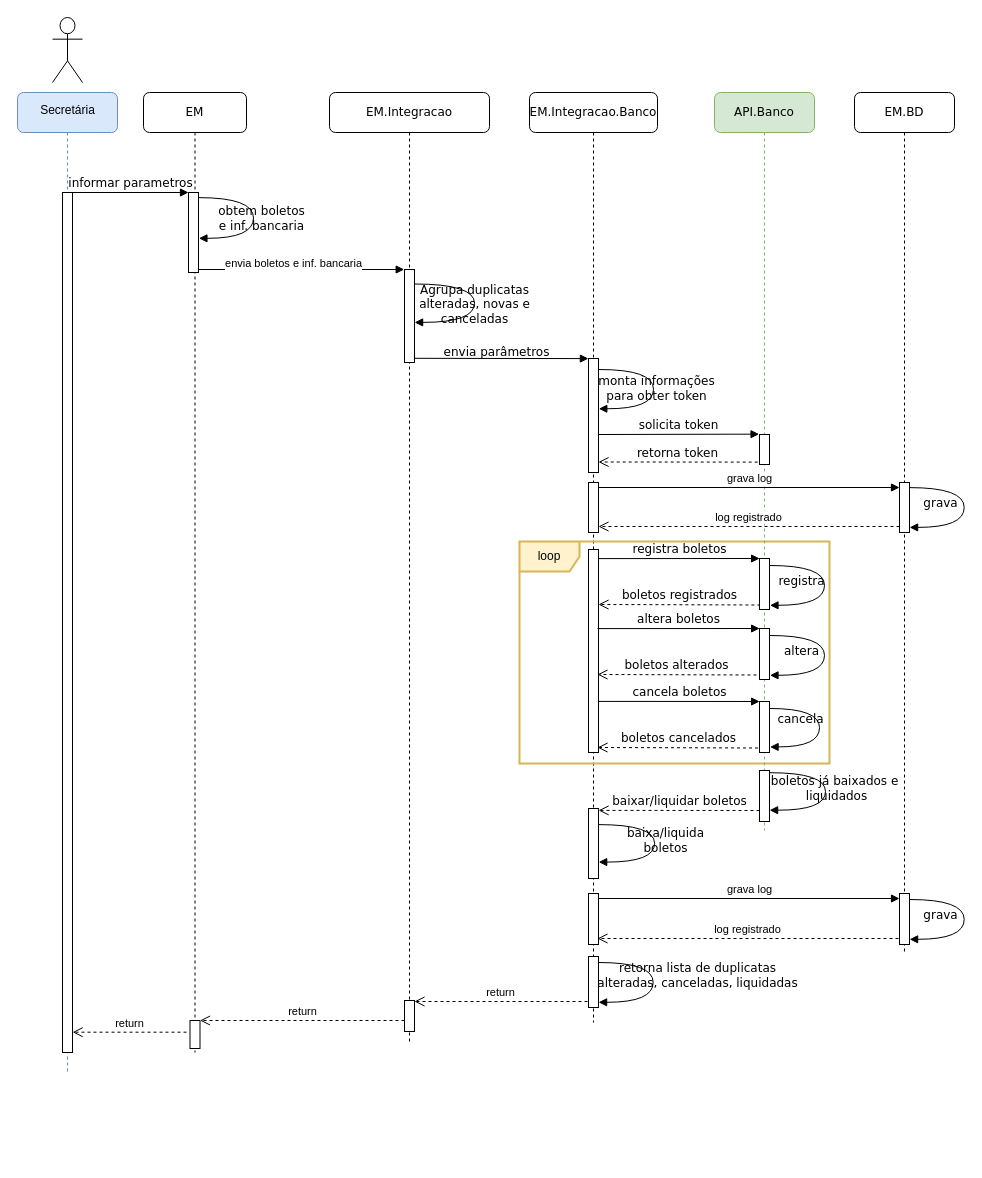
Before: RegistoBoleto.drawio in Joao-Daniel-EM/Joao-Daniel-EM, a draw.io diagram. Source tidied: cells renumbered, new cells numbered last; positions are measured from the earlier drawing's top-left corner, leaving out a move shared by most shapes. Both pictures are drawn from the tidied source at 100%, with x=0, y=0 at pixel (17, 17).
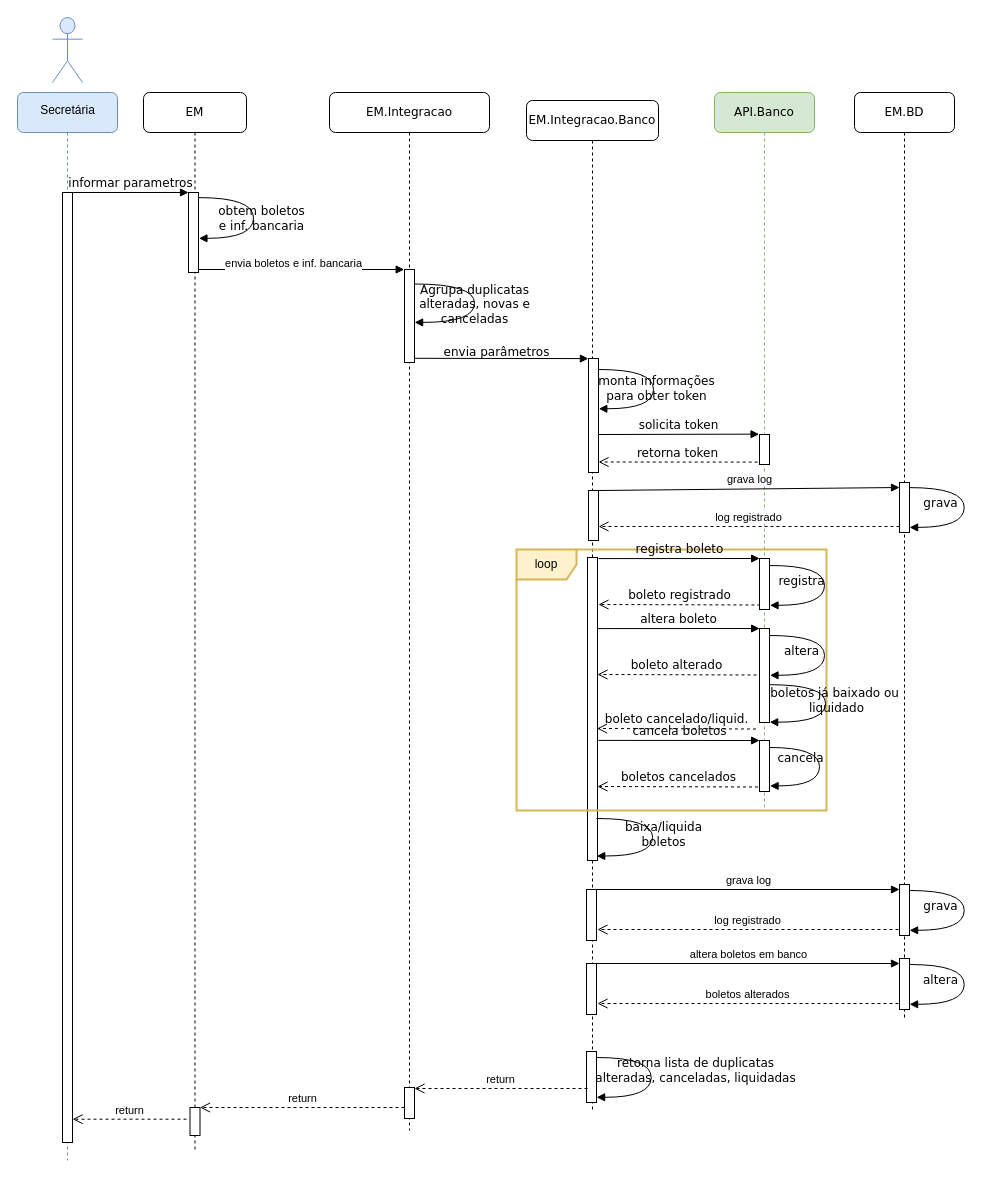
The same page after the edit.

Unchanged cells that the change refers to:
```xml
<mxCell id="16" style="html=1;points=[];perimeter=orthogonalPerimeter;rounded=0;shadow=0;comic=0;labelBackgroundColor=none;strokeWidth=1;fontFamily=Verdana;fontSize=12;align=center;" parent="11" vertex="1">
  <mxGeometry x="45" y="466" width="10" height="51" as="geometry" />
</mxCell>
```

Change to the diagram source:
```diff
@@
     <mxCell id="2" value="EM.Integracao.Banco" style="shape=umlLifeline;perimeter=lifelinePerimeter;whiteSpace=wrap;html=1;rounded=1;shadow=0;comic=0;labelBackgroundColor=none;strokeWidth=1;fontFamily=Verdana;fontSize=12;align=center;" parent="1" vertex="1">
-      <mxGeometry x="512" y="75" width="128" height="930" as="geometry" />
+      <mxGeometry x="509" y="83" width="132" height="1010" as="geometry" />
     </mxCell>
     <mxCell id="3" style="html=1;perimeter=orthogonalPerimeter;rounded=0;shadow=0;comic=0;labelBackgroundColor=none;strokeColor=#000000;strokeWidth=1;fillColor=#FFFFFF;fontFamily=Verdana;fontSize=12;fontColor=#000000;align=center;" parent="2" vertex="1">
-      <mxGeometry x="59" y="457" width="10" height="203" as="geometry" />
+      <mxGeometry x="61" y="457" width="10" height="303" as="geometry" />
     </mxCell>
-    <mxCell id="4" style="html=1;points=[];perimeter=orthogonalPerimeter;rounded=0;shadow=0;comic=0;labelBackgroundColor=none;strokeColor=#000000;strokeWidth=1;fillColor=#FFFFFF;fontFamily=Verdana;fontSize=12;fontColor=#000000;align=center;" parent="2" vertex="1">
-      <mxGeometry x="59" y="716" width="10" height="70" as="geometry" />
-    </mxCell>
     <mxCell id="5" value="loop" style="shape=umlFrame;whiteSpace=wrap;html=1;fillColor=#fff2cc;strokeColor=#d6b656;gradientColor=none;strokeWidth=2;" parent="2" vertex="1">
-      <mxGeometry x="-10" y="449" width="310" height="222" as="geometry" />
+      <mxGeometry x="-10" y="449" width="310" height="261" as="geometry" />
     </mxCell>
-    <mxCell id="6" value="baixa/liquida&lt;br&gt;boletos" style="html=1;verticalAlign=bottom;endArrow=block;labelBackgroundColor=none;fontFamily=Verdana;fontSize=12;elbow=vertical;edgeStyle=orthogonalEdgeStyle;curved=1;exitX=0.993;exitY=0.772;exitPerimeter=0;exitDx=0;exitDy=0;entryX=1.011;entryY=0.906;entryDx=0;entryDy=0;entryPerimeter=0;" parent="2" edge="1">
-      <mxGeometry x="0.19" y="11" relative="1" as="geometry">
-        <mxPoint x="69" y="732.1" as="sourcePoint" />
-        <mxPoint x="69.2" y="769.6" as="targetPoint" />
-        <Array as="points">
-          <mxPoint x="125.1" y="731.9" />
-          <mxPoint x="125.1" y="769.9" />
-          <mxPoint x="69.1" y="769.9" />
-        </Array>
-      </mxGeometry>
-    </mxCell>
     <mxCell id="7" style="html=1;points=[[0,0,0,0,5],[0,1,0,0,-5],[1,0,0,0,5],[1,1,0,0,-5]];perimeter=orthogonalPerimeter;outlineConnect=0;targetShapes=umlLifeline;portConstraint=eastwest;newEdgeStyle={&quot;curved&quot;:0,&quot;rounded&quot;:0};" parent="2" vertex="1">
-      <mxGeometry x="59" y="801" width="10" height="51" as="geometry" />
+      <mxGeometry x="60" y="789" width="10" height="51" as="geometry" />
     </mxCell>
     <mxCell id="8" style="html=1;points=[[0,0,0,0,5],[0,1,0,0,-5],[1,0,0,0,5],[1,1,0,0,-5]];perimeter=orthogonalPerimeter;outlineConnect=0;targetShapes=umlLifeline;portConstraint=eastwest;newEdgeStyle={&quot;curved&quot;:0,&quot;rounded&quot;:0};" parent="2" vertex="1">
-      <mxGeometry x="59" y="390" width="10" height="50" as="geometry" />
+      <mxGeometry x="62" y="390" width="10" height="50" as="geometry" />
     </mxCell>
     <mxCell id="9" style="html=1;perimeter=orthogonalPerimeter;targetShapes=umlLifeline;newEdgeStyle={&quot;curved&quot;:0,&quot;rounded&quot;:0};" parent="2" vertex="1">
-      <mxGeometry x="59" y="864" width="10" height="51" as="geometry" />
+      <mxGeometry x="60" y="951" width="10" height="51" as="geometry" />
     </mxCell>
     <mxCell id="10" value="retorna lista de duplicatas&lt;br&gt;alteradas, canceladas, liquidadas" style="html=1;verticalAlign=bottom;endArrow=block;labelBackgroundColor=none;fontFamily=Verdana;fontSize=12;elbow=vertical;edgeStyle=orthogonalEdgeStyle;curved=1;entryX=0.948;entryY=0.918;entryPerimeter=0;exitX=1.038;exitY=0.345;exitPerimeter=0;entryDx=0;entryDy=0;" parent="2" edge="1">
       <mxGeometry x="0.14" y="44" relative="1" as="geometry">
-        <mxPoint x="69" y="870" as="sourcePoint" />
-        <mxPoint x="69.1" y="909.8" as="targetPoint" />
+        <mxPoint x="70" y="957" as="sourcePoint" />
+        <mxPoint x="70.1" y="996.8" as="targetPoint" />
         <Array as="points">
-          <mxPoint x="123.7" y="870" />
-          <mxPoint x="123.7" y="909" />
-          <mxPoint x="68.7" y="909" />
+          <mxPoint x="124.7" y="957" />
+          <mxPoint x="124.7" y="996" />
+          <mxPoint x="69.7" y="996" />
         </Array>
       </mxGeometry>
     </mxCell>
+    <mxCell id="58" value="boleto cancelado/liquid." style="html=1;verticalAlign=bottom;endArrow=open;dashed=1;endSize=8;exitX=-0.18;exitY=0.92;labelBackgroundColor=none;fontFamily=Verdana;fontSize=12;exitDx=0;exitDy=0;exitPerimeter=0;" parent="2" edge="1">
+      <mxGeometry relative="1" as="geometry">
+        <mxPoint x="229.5" y="628.5" as="sourcePoint" />
+        <mxPoint x="70.5" y="628" as="targetPoint" />
+      </mxGeometry>
+    </mxCell>
+    <mxCell id="6" value="baixa/liquida&lt;br&gt;boletos" style="html=1;verticalAlign=bottom;endArrow=block;labelBackgroundColor=none;fontFamily=Verdana;fontSize=12;elbow=vertical;edgeStyle=orthogonalEdgeStyle;curved=1;exitX=0.993;exitY=0.772;exitPerimeter=0;exitDx=0;exitDy=0;entryX=1.011;entryY=0.906;entryDx=0;entryDy=0;entryPerimeter=0;" parent="2" edge="1">
+      <mxGeometry x="0.19" y="11" relative="1" as="geometry">
+        <mxPoint x="70" y="718" as="sourcePoint" />
+        <mxPoint x="70.2" y="755.5" as="targetPoint" />
+        <Array as="points">
+          <mxPoint x="126.1" y="717.8" />
+          <mxPoint x="126.1" y="755.8" />
+          <mxPoint x="70.1" y="755.8" />
+        </Array>
+      </mxGeometry>
+    </mxCell>
     <mxCell id="11" value="API.Banco" style="shape=umlLifeline;perimeter=lifelinePerimeter;whiteSpace=wrap;html=1;rounded=1;shadow=0;comic=0;labelBackgroundColor=none;strokeWidth=1;fontFamily=Verdana;fontSize=12;align=center;fillColor=#d5e8d4;strokeColor=#82b366;" parent="1" vertex="1">
-      <mxGeometry x="697" y="75" width="100" height="738" as="geometry" />
+      <mxGeometry x="697" y="75" width="100" height="718" as="geometry" />
     </mxCell>
-    <mxCell id="12" value="boletos registrados" style="html=1;verticalAlign=bottom;endArrow=open;dashed=1;endSize=8;exitX=-0.014;exitY=0.912;labelBackgroundColor=none;fontFamily=Verdana;fontSize=12;exitDx=0;exitDy=0;exitPerimeter=0;" parent="11" edge="1">
+    <mxCell id="12" value="boleto registrado" style="html=1;verticalAlign=bottom;endArrow=open;dashed=1;endSize=8;exitX=-0.014;exitY=0.912;labelBackgroundColor=none;fontFamily=Verdana;fontSize=12;exitDx=0;exitDy=0;exitPerimeter=0;" parent="11" edge="1">
       <mxGeometry relative="1" as="geometry">
         <mxPoint x="45.9" y="512.5" as="sourcePoint" />
         <mxPoint x="-116" y="512" as="targetPoint" />
       </mxGeometry>
     </mxCell>
-    <mxCell id="13" value="boletos alterados" style="html=1;verticalAlign=bottom;endArrow=open;dashed=1;endSize=8;exitX=-0.18;exitY=0.92;labelBackgroundColor=none;fontFamily=Verdana;fontSize=12;exitDx=0;exitDy=0;exitPerimeter=0;" parent="11" edge="1">
+    <mxCell id="13" value="boleto alterado" style="html=1;verticalAlign=bottom;endArrow=open;dashed=1;endSize=8;exitX=-0.18;exitY=0.92;labelBackgroundColor=none;fontFamily=Verdana;fontSize=12;exitDx=0;exitDy=0;exitPerimeter=0;" parent="11" edge="1">
       <mxGeometry relative="1" as="geometry">
         <mxPoint x="42" y="582.5" as="sourcePoint" />
         <mxPoint x="-117" y="582" as="targetPoint" />
       </mxGeometry>
     </mxCell>
-    <mxCell id="14" value="altera boletos" style="html=1;verticalAlign=bottom;endArrow=block;entryX=0.012;entryY=-0.001;labelBackgroundColor=none;fontFamily=Verdana;fontSize=12;edgeStyle=elbowEdgeStyle;elbow=vertical;entryDx=0;entryDy=0;entryPerimeter=0;" parent="11" edge="1" target="17">
+    <mxCell id="14" value="altera boleto" style="html=1;verticalAlign=bottom;endArrow=block;entryX=0.012;entryY=-0.001;labelBackgroundColor=none;fontFamily=Verdana;fontSize=12;edgeStyle=elbowEdgeStyle;elbow=vertical;entryDx=0;entryDy=0;entryPerimeter=0;" parent="11" edge="1" target="17">
       <mxGeometry relative="1" as="geometry">
         <mxPoint x="-117" y="536.1" as="sourcePoint" />
       </mxGeometry>
     </mxCell>
-    <mxCell id="15" value="boletos já baixados e&amp;nbsp;&lt;br&gt;liquidados" style="html=1;verticalAlign=bottom;endArrow=block;labelBackgroundColor=none;fontFamily=Verdana;fontSize=12;elbow=vertical;edgeStyle=orthogonalEdgeStyle;curved=1;exitX=0.993;exitY=0.772;exitPerimeter=0;exitDx=0;exitDy=0;entryX=1.011;entryY=0.906;entryDx=0;entryDy=0;entryPerimeter=0;" parent="11" edge="1">
+    <mxCell id="15" value="boletos já baixado ou&amp;nbsp;&lt;br&gt;liquidado" style="html=1;verticalAlign=bottom;endArrow=block;labelBackgroundColor=none;fontFamily=Verdana;fontSize=12;elbow=vertical;edgeStyle=orthogonalEdgeStyle;curved=1;exitX=0.993;exitY=0.772;exitPerimeter=0;exitDx=0;exitDy=0;entryX=1.011;entryY=0.906;entryDx=0;entryDy=0;entryPerimeter=0;" parent="11" edge="1">
       <mxGeometry x="0.19" y="11" relative="1" as="geometry">
-        <mxPoint x="54.9" y="680.2" as="sourcePoint" />
-        <mxPoint x="55.1" y="717.7" as="targetPoint" />
+        <mxPoint x="55" y="592.2" as="sourcePoint" />
+        <mxPoint x="55.2" y="629.7" as="targetPoint" />
         <Array as="points">
-          <mxPoint x="111" y="680" />
-          <mxPoint x="111" y="718" />
-          <mxPoint x="55" y="718" />
+          <mxPoint x="111.1" y="592" />
+          <mxPoint x="111.1" y="630" />
+          <mxPoint x="55.1" y="630" />
         </Array>
       </mxGeometry>
     </mxCell>
@@
     <mxCell id="17" style="html=1;points=[];perimeter=orthogonalPerimeter;rounded=0;shadow=0;comic=0;labelBackgroundColor=none;strokeWidth=1;fontFamily=Verdana;fontSize=12;align=center;" parent="11" vertex="1">
-      <mxGeometry x="45" y="536" width="10" height="51" as="geometry" />
+      <mxGeometry x="45" y="536" width="10" height="94" as="geometry" />
     </mxCell>
@@
-    <mxCell id="19" style="html=1;perimeter=orthogonalPerimeter;rounded=0;shadow=0;comic=0;labelBackgroundColor=none;strokeWidth=1;fontFamily=Verdana;fontSize=12;align=center;" parent="11" vertex="1">
-      <mxGeometry x="45" y="678" width="10" height="51" as="geometry" />
-    </mxCell>
     <mxCell id="20" value="EM" style="shape=umlLifeline;perimeter=lifelinePerimeter;whiteSpace=wrap;html=1;rounded=1;shadow=0;comic=0;labelBackgroundColor=none;strokeWidth=1;fontFamily=Verdana;fontSize=12;align=center;" parent="1" vertex="1">
-      <mxGeometry x="126" y="75" width="103" height="960" as="geometry" />
+      <mxGeometry x="126" y="75" width="103" height="1058" as="geometry" />
     </mxCell>
@@
     <mxCell id="24" value="EM.Integracao" style="shape=umlLifeline;perimeter=lifelinePerimeter;whiteSpace=wrap;html=1;rounded=1;shadow=0;comic=0;labelBackgroundColor=none;strokeWidth=1;fontFamily=Verdana;fontSize=12;align=center;" parent="1" vertex="1">
-      <mxGeometry x="312" y="75" width="160" height="950" as="geometry" />
+      <mxGeometry x="312" y="75" width="160" height="1038" as="geometry" />
     </mxCell>
@@
     <mxCell id="27" value="return" style="html=1;verticalAlign=bottom;endArrow=open;dashed=1;endSize=8;curved=0;rounded=0;exitX=0;exitY=1;exitDx=0;exitDy=-5;" parent="24" edge="1" target="54">
       <mxGeometry relative="1" as="geometry">
-        <mxPoint x="258" y="909" as="sourcePoint" />
+        <mxPoint x="258" y="996" as="sourcePoint" />
       </mxGeometry>
     </mxCell>
     <mxCell id="28" value="EM.BD" style="shape=umlLifeline;perimeter=lifelinePerimeter;whiteSpace=wrap;html=1;rounded=1;shadow=0;comic=0;labelBackgroundColor=none;strokeWidth=1;fontFamily=Verdana;fontSize=12;align=center;" parent="1" vertex="1">
-      <mxGeometry x="837" y="75" width="100" height="860" as="geometry" />
+      <mxGeometry x="837" y="75" width="100" height="928" as="geometry" />
     </mxCell>
     <mxCell id="29" style="html=1;points=[[0,0,0,0,5],[0,1,0,0,-5],[1,0,0,0,5],[1,1,0,0,-5]];perimeter=orthogonalPerimeter;outlineConnect=0;targetShapes=umlLifeline;portConstraint=eastwest;newEdgeStyle={&quot;curved&quot;:0,&quot;rounded&quot;:0};" parent="28" vertex="1">
-      <mxGeometry x="45" y="801" width="10" height="51" as="geometry" />
+      <mxGeometry x="45" y="792" width="10" height="51" as="geometry" />
     </mxCell>
@@
     <mxCell id="32" style="shape=umlLifeline;perimeter=lifelinePerimeter;whiteSpace=wrap;html=1;rounded=1;shadow=0;comic=0;labelBackgroundColor=none;strokeWidth=1;fontFamily=Verdana;fontSize=12;align=center;fillColor=#dae8fc;strokeColor=#6c8ebf;" parent="1" vertex="1">
-      <mxGeometry y="75" width="100" height="980" as="geometry" />
+      <mxGeometry y="75" width="100" height="1068" as="geometry" />
     </mxCell>
     <mxCell id="33" style="html=1;points=[];perimeter=orthogonalPerimeter;rounded=0;shadow=0;comic=0;labelBackgroundColor=none;strokeWidth=1;fontFamily=Verdana;fontSize=12;align=center;" parent="32" vertex="1">
-      <mxGeometry x="45" y="100" width="10" height="860" as="geometry" />
+      <mxGeometry x="45" y="100" width="10" height="950" as="geometry" />
     </mxCell>
@@
-    <mxCell id="41" value="&lt;br&gt;Secretária" style="shape=umlActor;verticalLabelPosition=bottom;verticalAlign=top;html=1;" parent="1" vertex="1">
+    <mxCell id="41" value="&lt;br&gt;Secretária" style="shape=umlActor;verticalLabelPosition=bottom;verticalAlign=top;html=1;fillColor=#dae8fc;strokeColor=#6c8ebf;" parent="1" vertex="1">
       <mxGeometry x="35" width="30" height="65" as="geometry" />
     </mxCell>
     <mxCell id="42" style="html=1;points=[];perimeter=orthogonalPerimeter;rounded=0;shadow=0;comic=0;labelBackgroundColor=none;strokeWidth=1;fontFamily=Verdana;fontSize=12;align=center;" parent="1" vertex="1">
-      <mxGeometry x="742" y="684" width="10" height="51" as="geometry" />
+      <mxGeometry x="742" y="723" width="10" height="51" as="geometry" />
     </mxCell>
     <mxCell id="43" value="boletos cancelados" style="html=1;verticalAlign=bottom;endArrow=open;dashed=1;endSize=8;exitX=-0.055;exitY=0.912;labelBackgroundColor=none;fontFamily=Verdana;fontSize=12;exitDx=0;exitDy=0;exitPerimeter=0;" parent="1" edge="1">
       <mxGeometry relative="1" as="geometry">
-        <mxPoint x="740.5" y="730.5" as="sourcePoint" />
-        <mxPoint x="580" y="730" as="targetPoint" />
+        <mxPoint x="740.5" y="769.5" as="sourcePoint" />
+        <mxPoint x="580" y="769" as="targetPoint" />
       </mxGeometry>
     </mxCell>
     <mxCell id="44" value="cancela boletos" style="html=1;verticalAlign=bottom;endArrow=block;entryX=0.012;entryY=-0.001;labelBackgroundColor=none;fontFamily=Verdana;fontSize=12;edgeStyle=elbowEdgeStyle;elbow=vertical;entryDx=0;entryDy=0;entryPerimeter=0;exitX=0.985;exitY=0.148;exitDx=0;exitDy=0;exitPerimeter=0;" parent="1" edge="1">
       <mxGeometry relative="1" as="geometry">
-        <mxPoint x="580.8" y="683.9" as="sourcePoint" />
-        <mxPoint x="742.1" y="683.9" as="targetPoint" />
+        <mxPoint x="580.8" y="722.9" as="sourcePoint" />
+        <mxPoint x="742.1" y="722.9" as="targetPoint" />
       </mxGeometry>
     </mxCell>
     <mxCell id="45" value="cancela" style="html=1;verticalAlign=bottom;endArrow=block;labelBackgroundColor=none;fontFamily=Verdana;fontSize=12;elbow=vertical;edgeStyle=orthogonalEdgeStyle;curved=1;exitX=1.04;exitY=0.137;exitDx=0;exitDy=0;exitPerimeter=0;entryX=1.058;entryY=0.891;entryDx=0;entryDy=0;entryPerimeter=0;" parent="1" edge="1" source="42" target="42">
       <mxGeometry x="0.56" y="-18" relative="1" as="geometry">
         <Array as="points">
-          <mxPoint x="802" y="691" />
-          <mxPoint x="802" y="729" />
+          <mxPoint x="802" y="730" />
+          <mxPoint x="802" y="768" />
         </Array>
       </mxGeometry>
     </mxCell>
-    <mxCell id="46" value="registra boletos" style="html=1;verticalAlign=bottom;endArrow=block;entryX=0.012;entryY=-0.001;labelBackgroundColor=none;fontFamily=Verdana;fontSize=12;edgeStyle=elbowEdgeStyle;elbow=vertical;entryDx=0;entryDy=0;entryPerimeter=0;" parent="1" edge="1" target="16">
+    <mxCell id="46" value="registra boleto" style="html=1;verticalAlign=bottom;endArrow=block;entryX=0.012;entryY=-0.001;labelBackgroundColor=none;fontFamily=Verdana;fontSize=12;edgeStyle=elbowEdgeStyle;elbow=vertical;entryDx=0;entryDy=0;entryPerimeter=0;" parent="1" edge="1" target="16">
       <mxGeometry relative="1" as="geometry">
         <mxPoint x="581" y="541.1" as="sourcePoint" />
       </mxGeometry>
     </mxCell>
@@
-    <mxCell id="48" value="baixar/liquidar boletos" style="html=1;verticalAlign=bottom;endArrow=open;dashed=1;endSize=8;exitX=-0.055;exitY=0.912;labelBackgroundColor=none;fontFamily=Verdana;fontSize=12;exitDx=0;exitDy=0;exitPerimeter=0;entryX=1.007;entryY=0.027;entryDx=0;entryDy=0;entryPerimeter=0;" parent="1" edge="1" target="4">
-      <mxGeometry relative="1" as="geometry">
-        <mxPoint x="742" y="793" as="sourcePoint" />
-      </mxGeometry>
-    </mxCell>
@@
     <mxCell id="50" value="log registrado" style="html=1;verticalAlign=bottom;endArrow=open;dashed=1;endSize=8;curved=0;rounded=0;exitX=0;exitY=1;exitDx=0;exitDy=-5;entryX=1;entryY=1;entryDx=0;entryDy=-5;entryPerimeter=0;" parent="1" edge="1">
       <mxGeometry relative="1" as="geometry">
-        <mxPoint x="881" y="921" as="sourcePoint" />
-        <mxPoint x="580" y="921" as="targetPoint" />
+        <mxPoint x="881" y="912" as="sourcePoint" />
+        <mxPoint x="580" y="912" as="targetPoint" />
       </mxGeometry>
     </mxCell>
@@
     <mxCell id="53" value="grava" style="html=1;verticalAlign=bottom;endArrow=block;labelBackgroundColor=none;fontFamily=Verdana;fontSize=12;elbow=vertical;edgeStyle=orthogonalEdgeStyle;curved=1;entryX=0.948;entryY=0.918;entryPerimeter=0;exitX=1.038;exitY=0.345;exitPerimeter=0;entryDx=0;entryDy=0;" parent="1" edge="1">
       <mxGeometry x="0.58" y="-15" relative="1" as="geometry">
-        <mxPoint x="892" y="882" as="sourcePoint" />
-        <mxPoint x="892.1" y="921.8" as="targetPoint" />
+        <mxPoint x="892" y="873" as="sourcePoint" />
+        <mxPoint x="892.1" y="912.8" as="targetPoint" />
         <Array as="points">
-          <mxPoint x="946.7" y="882" />
-          <mxPoint x="946.7" y="921" />
-          <mxPoint x="891.7" y="921" />
+          <mxPoint x="946.7" y="873" />
+          <mxPoint x="946.7" y="912" />
+          <mxPoint x="891.7" y="912" />
         </Array>
       </mxGeometry>
     </mxCell>
     <mxCell id="54" style="html=1;points=[[0,0,0,0,5],[0,1,0,0,-5],[1,0,0,0,5],[1,1,0,0,-5]];perimeter=orthogonalPerimeter;outlineConnect=0;targetShapes=umlLifeline;portConstraint=eastwest;newEdgeStyle={&quot;curved&quot;:0,&quot;rounded&quot;:0};" parent="1" vertex="1">
-      <mxGeometry x="387" y="983" width="10" height="31" as="geometry" />
+      <mxGeometry x="387" y="1070" width="10" height="31" as="geometry" />
     </mxCell>
     <mxCell id="55" style="html=1;points=[[0,0,0,0,5],[0,1,0,0,-5],[1,0,0,0,5],[1,1,0,0,-5]];perimeter=orthogonalPerimeter;outlineConnect=0;targetShapes=umlLifeline;portConstraint=eastwest;newEdgeStyle={&quot;curved&quot;:0,&quot;rounded&quot;:0};" parent="1" vertex="1">
-      <mxGeometry x="172.5" y="1003" width="10" height="28" as="geometry" />
+      <mxGeometry x="172.5" y="1090" width="10" height="28" as="geometry" />
     </mxCell>
     <mxCell id="56" value="return" style="html=1;verticalAlign=bottom;endArrow=open;dashed=1;endSize=8;curved=0;rounded=0;exitX=0;exitY=1;exitDx=0;exitDy=-5;" parent="1" edge="1">
       <mxGeometry relative="1" as="geometry">
-        <mxPoint x="387" y="1003" as="sourcePoint" />
-        <mxPoint x="182.5" y="1003" as="targetPoint" />
+        <mxPoint x="387" y="1090" as="sourcePoint" />
+        <mxPoint x="182.5" y="1090" as="targetPoint" />
       </mxGeometry>
     </mxCell>
     <mxCell id="57" value="return" style="html=1;verticalAlign=bottom;endArrow=open;dashed=1;endSize=8;curved=0;rounded=0;entryX=1.012;entryY=0.942;entryDx=0;entryDy=0;entryPerimeter=0;exitX=-0.35;exitY=0.418;exitDx=0;exitDy=0;exitPerimeter=0;" parent="1" edge="1" source="55">
       <mxGeometry relative="1" as="geometry">
-        <mxPoint x="55.1" y="1014.7" as="targetPoint" />
+        <mxPoint x="55.1" y="1101.7" as="targetPoint" />
       </mxGeometry>
     </mxCell>
+    <mxCell id="59" style="html=1;points=[[0,0,0,0,5],[0,1,0,0,-5],[1,0,0,0,5],[1,1,0,0,-5]];perimeter=orthogonalPerimeter;outlineConnect=0;targetShapes=umlLifeline;portConstraint=eastwest;newEdgeStyle={&quot;curved&quot;:0,&quot;rounded&quot;:0};" parent="1" vertex="1">
+      <mxGeometry x="569" y="946" width="10" height="51" as="geometry" />
+    </mxCell>
+    <mxCell id="60" style="html=1;points=[[0,0,0,0,5],[0,1,0,0,-5],[1,0,0,0,5],[1,1,0,0,-5]];perimeter=orthogonalPerimeter;outlineConnect=0;targetShapes=umlLifeline;portConstraint=eastwest;newEdgeStyle={&quot;curved&quot;:0,&quot;rounded&quot;:0};" parent="1" vertex="1">
+      <mxGeometry x="882" y="941" width="10" height="51" as="geometry" />
+    </mxCell>
+    <mxCell id="61" value="altera boletos em banco" style="html=1;verticalAlign=bottom;endArrow=block;curved=0;rounded=0;entryX=0;entryY=0;entryDx=0;entryDy=5;" parent="1" edge="1" source="59" target="60">
+      <mxGeometry relative="1" as="geometry" />
+    </mxCell>
+    <mxCell id="62" value="boletos alterados" style="html=1;verticalAlign=bottom;endArrow=open;dashed=1;endSize=8;curved=0;rounded=0;exitX=0;exitY=1;exitDx=0;exitDy=-5;entryX=1;entryY=1;entryDx=0;entryDy=-5;entryPerimeter=0;" parent="1" edge="1">
+      <mxGeometry relative="1" as="geometry">
+        <mxPoint x="881" y="986" as="sourcePoint" />
+        <mxPoint x="580" y="986" as="targetPoint" />
+      </mxGeometry>
+    </mxCell>
+    <mxCell id="63" value="altera" style="html=1;verticalAlign=bottom;endArrow=block;labelBackgroundColor=none;fontFamily=Verdana;fontSize=12;elbow=vertical;edgeStyle=orthogonalEdgeStyle;curved=1;entryX=0.948;entryY=0.918;entryPerimeter=0;exitX=1.038;exitY=0.345;exitPerimeter=0;entryDx=0;entryDy=0;" parent="1" edge="1">
+      <mxGeometry x="0.58" y="-15" relative="1" as="geometry">
+        <mxPoint x="892" y="947" as="sourcePoint" />
+        <mxPoint x="892.1" y="986.8" as="targetPoint" />
+        <Array as="points">
+          <mxPoint x="946.7" y="947" />
+          <mxPoint x="946.7" y="986" />
+          <mxPoint x="891.7" y="986" />
+        </Array>
+      </mxGeometry>
+    </mxCell>
```
